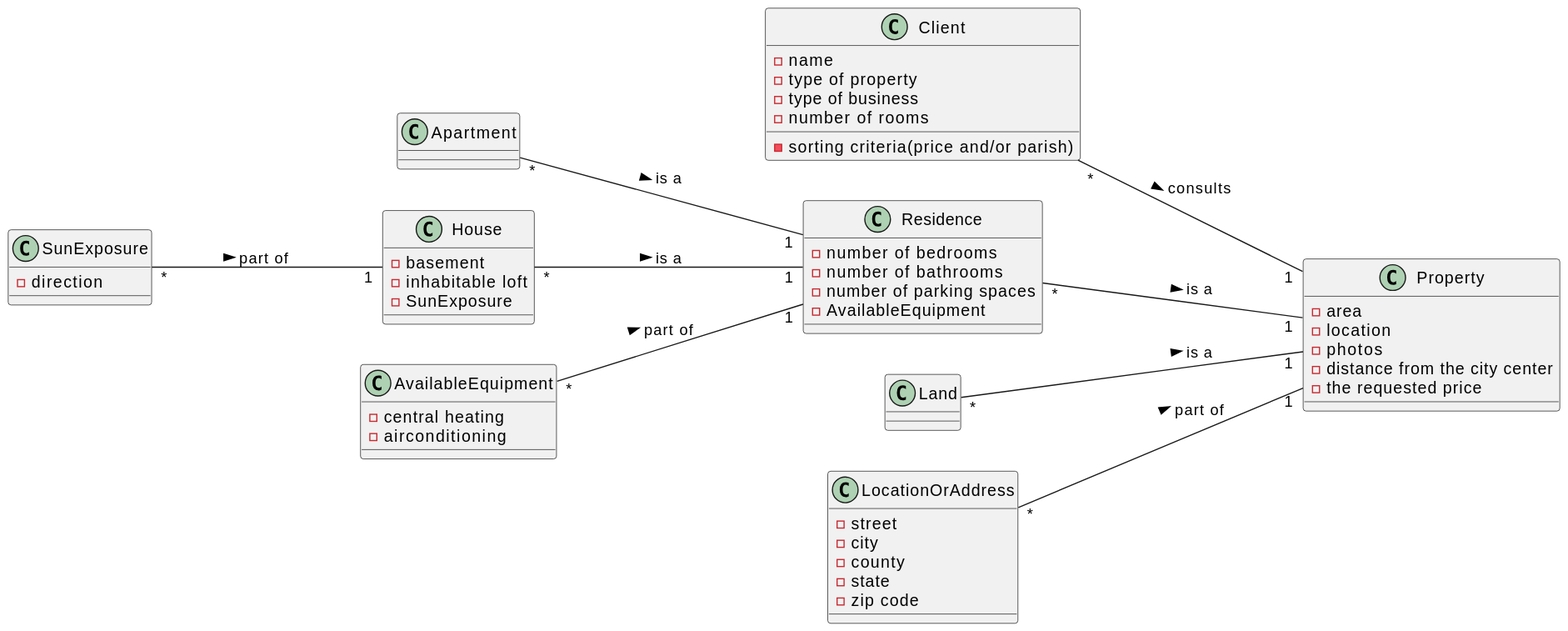
The PlantUML diagram docs/sprintA/US01/02.analysis/svg/us01-domain-model.svg in PureNimble/ISEP-LAPR2, before a commit. The source it was exported from:
```plantuml
@startuml
left to right direction

class Client {
- name
- type of property
- type of business
- number of rooms
- sorting criteria(price and/or parish)
}

class Property {
- area
- location
- photos
- distance from the city center
- the requested price
}

Client "*" --- "1" Property: consults >

class Residence {
-number of bedrooms
 - number of bathrooms
 - number of parking spaces
 - AvailableEquipment
 }

class Apartment {
}

class House {
- basement
- inhabitable loft
- SunExposure
}

class Land {

}

class SunExposure {
- direction
}




class LocationOrAddress {
- street
- city
- county
- state
- zip code
}

class AvailableEquipment {
- central heating
- airconditioning
}


Land "*" --- "1" Property: is a >
Residence "*" --- "1" Property: is a >

SunExposure "*" --- "1" House : part of >
LocationOrAddress "*" --- "1" Property : part of >

AvailableEquipment "*" --- "1" Residence : part of >
Apartment "*" --- "1" Residence : is a >
House "*" --- "1" Residence : is a >
@enduml
```
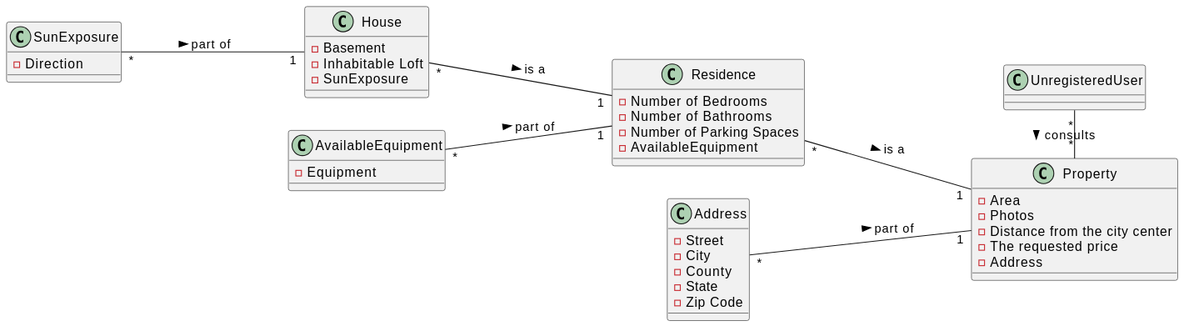
Later version of the same file.

Commit message:
Updated US01 Domain Model. Updated SVG preview of DM.

What changed in the source:
```diff
@@ -1,72 +1,61 @@
 @startuml
+skinparam groupInheritance 2
+
 left to right direction
 
-class Client {
-- name
-- type of property
-- type of business
-- number of rooms
-- sorting criteria(price and/or parish)
+class UnregisteredUser {
 }
 
 class Property {
-- area
-- location
-- photos
-- distance from the city center
-- the requested price
+- Area
+- Photos
+- Distance from the city center
+- The requested price
+- Address
 }
 
-Client "*" --- "1" Property: consults >
 
 class Residence {
--number of bedrooms
- - number of bathrooms
- - number of parking spaces
- - AvailableEquipment
+- Number of Bedrooms
+- Number of Bathrooms
+- Number of Parking Spaces
+- AvailableEquipment
  }
 
-class Apartment {
-}
 
 class House {
-- basement
-- inhabitable loft
+- Basement
+- Inhabitable Loft
 - SunExposure
 }
 
-class Land {
-
-}
 
 class SunExposure {
-- direction
+- Direction
 }
 
 
-
-
-class LocationOrAddress {
-- street
-- city
-- county
-- state
-- zip code
-}
-
-class AvailableEquipment {
-- central heating
-- airconditioning
+class Address {
+- Street
+- City
+- County
+- State
+- Zip Code
 }
 
 
-Land "*" --- "1" Property: is a >
+class AvailableEquipment {
+- Equipment
+}
+
+
+UnregisteredUser "*" - "*" Property: consults >
+
 Residence "*" --- "1" Property: is a >
+Address "*" --- "1" Property : part of >
+
+AvailableEquipment "*" --- "1" Residence : part of >
+House "*" --- "1" Residence : is a >
 
 SunExposure "*" --- "1" House : part of >
-LocationOrAddress "*" --- "1" Property : part of >
-
-AvailableEquipment "*" --- "1" Residence : part of >
-Apartment "*" --- "1" Residence : is a >
-House "*" --- "1" Residence : is a >
 @enduml
```
